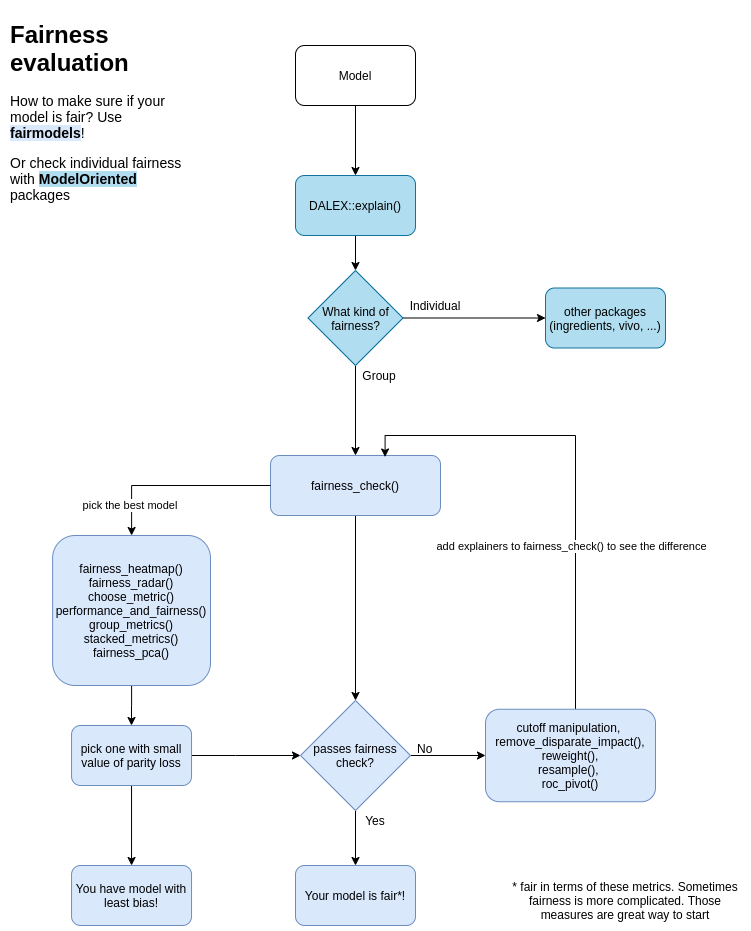
The draw.io diagram man/figures/flowchart.png in ModelOriented/fairmodels, before a commit. Source tidied: cells renumbered, new cells last; positions are measured from the earlier drawing's top-left corner, leaving out a move shared by most shapes.
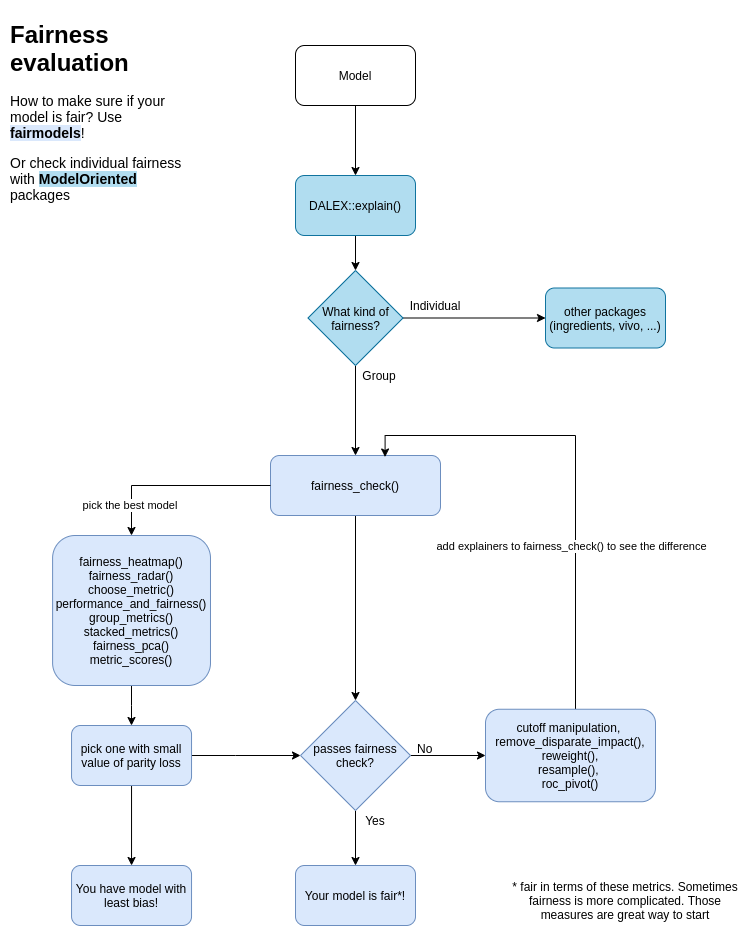
After the change.

Change to the diagram source:
```diff
@@ -83,7 +83,7 @@
     <mxCell id="25" style="edgeStyle=orthogonalEdgeStyle;rounded=0;jettySize=auto;html=1;" parent="1" edge="1" source="26" target="29">
       <mxGeometry relative="1" as="geometry" />
     </mxCell>
-    <mxCell id="26" value="fairness_heatmap()&lt;br&gt;fairness_radar()&lt;br&gt;choose_metric()&lt;br&gt;performance_and_fairness()&lt;br&gt;group_metrics()&lt;br&gt;stacked_metrics()&lt;br&gt;fairness_pca()" style="rounded=1;whiteSpace=wrap;html=1;strokeWidth=1;fillColor=#dae8fc;strokeColor=#6c8ebf;" parent="1" vertex="1">
+    <mxCell id="26" value="fairness_heatmap()&lt;br&gt;fairness_radar()&lt;br&gt;choose_metric()&lt;br&gt;performance_and_fairness()&lt;br&gt;group_metrics()&lt;br&gt;stacked_metrics()&lt;br&gt;fairness_pca()&lt;br&gt;metric_scores()" style="rounded=1;whiteSpace=wrap;html=1;strokeWidth=1;fillColor=#dae8fc;strokeColor=#6c8ebf;" parent="1" vertex="1">
       <mxGeometry x="47.1" y="520" width="157.9" height="150" as="geometry" />
     </mxCell>
     <mxCell id="27" style="edgeStyle=orthogonalEdgeStyle;rounded=0;jettySize=auto;html=1;" parent="1" edge="1" source="29" target="17">
```
